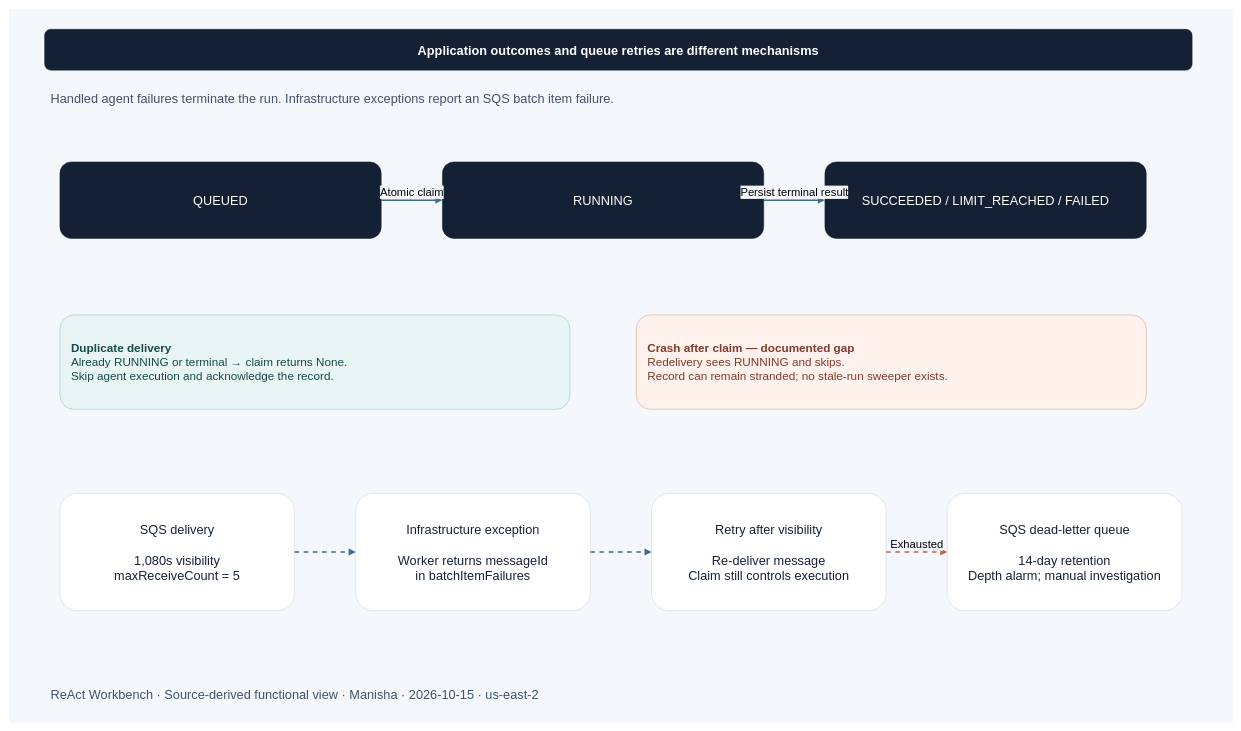
Earlier version of the draw.io diagram architecture/failure-recovery.drawio (manisa504/react-agent-aws). Source tidied: cells renumbered, new cells numbered last; positions are measured from the earlier drawing's top-left corner, leaving out a move shared by most shapes. Both pictures are drawn from the tidied source at 51%, with x=0, y=0 at pixel (9, 9).
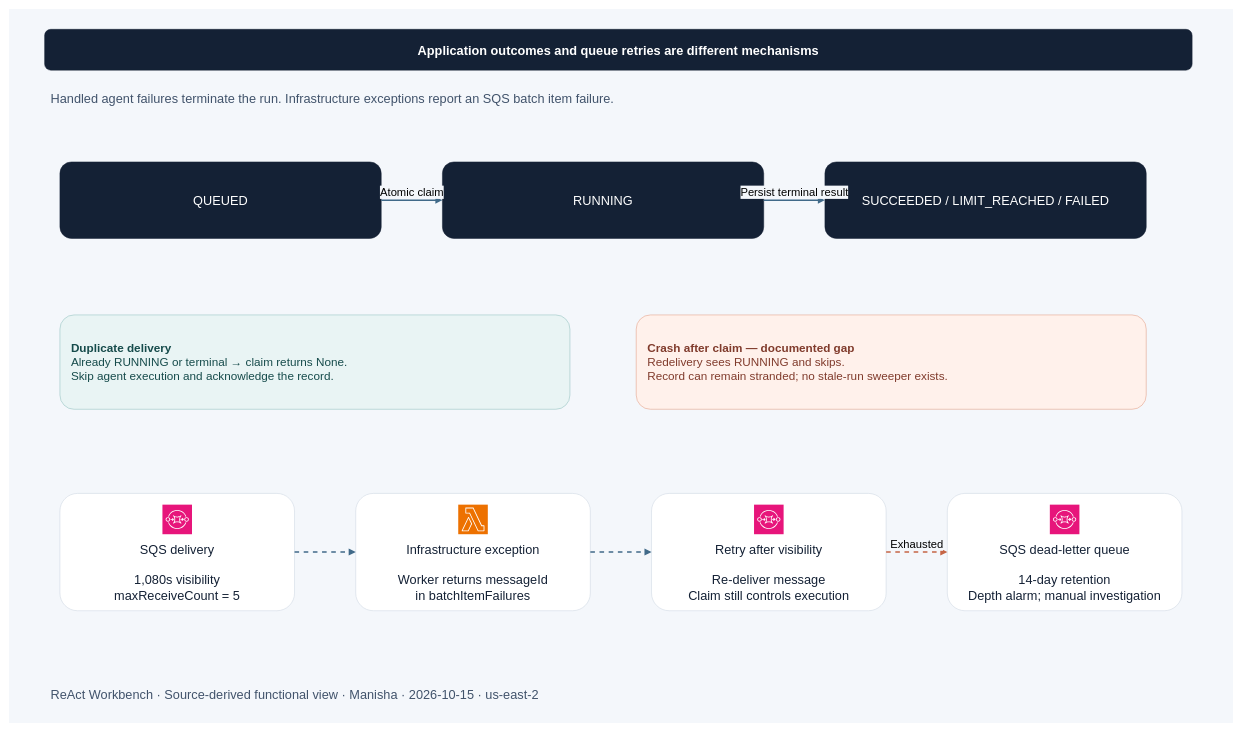
Above is the later version.

What changed in the source:
```diff
@@
-    <mxCell id="13" value="SQS delivery&lt;br&gt;&lt;br&gt;1,080s visibility&lt;br&gt;maxReceiveCount = 5" style="html=1;whiteSpace=wrap;rounded=1;fillColor=#FFFFFF;strokeColor=#CAD3E0;fontColor=#142135;spacing=22;fontSize=25;" parent="1" vertex="1">
+    <mxCell id="13" value="SQS delivery&lt;br&gt;&lt;br&gt;1,080s visibility&lt;br&gt;maxReceiveCount = 5" style="html=1;whiteSpace=wrap;rounded=1;fillColor=#FFFFFF;strokeColor=#CAD3E0;fontColor=#142135;spacing=22;fontSize=25;spacingTop=78;" parent="1" vertex="1">
       <mxGeometry x="100" y="950" width="460" height="230" as="geometry" />
     </mxCell>
+    <mxCell id="20" style="sketch=0;dashed=0;html=1;shape=mxgraph.aws4.resourceIcon;resIcon=mxgraph.aws4.sqs;strokeColor=#ffffff;fillColor=#E7157B;" parent="13" vertex="1">
+      <mxGeometry x="201" y="22" width="58" height="58" as="geometry" />
+    </mxCell>
-    <mxCell id="14" value="Infrastructure exception&lt;br&gt;&lt;br&gt;Worker returns messageId&lt;br&gt;in batchItemFailures" style="html=1;whiteSpace=wrap;rounded=1;fillColor=#FFFFFF;strokeColor=#CAD3E0;fontColor=#142135;spacing=22;fontSize=25;" parent="1" vertex="1">
+    <mxCell id="14" value="Infrastructure exception&lt;br&gt;&lt;br&gt;Worker returns messageId&lt;br&gt;in batchItemFailures" style="html=1;whiteSpace=wrap;rounded=1;fillColor=#FFFFFF;strokeColor=#CAD3E0;fontColor=#142135;spacing=22;fontSize=25;spacingTop=78;" parent="1" vertex="1">
       <mxGeometry x="680" y="950" width="460" height="230" as="geometry" />
     </mxCell>
+    <mxCell id="21" style="sketch=0;dashed=0;html=1;shape=mxgraph.aws4.resourceIcon;resIcon=mxgraph.aws4.lambda;strokeColor=#ffffff;fillColor=#ED7100;" parent="14" vertex="1">
+      <mxGeometry x="201" y="22" width="58" height="58" as="geometry" />
+    </mxCell>
-    <mxCell id="15" value="Retry after visibility&lt;br&gt;&lt;br&gt;Re-deliver message&lt;br&gt;Claim still controls execution" style="html=1;whiteSpace=wrap;rounded=1;fillColor=#FFFFFF;strokeColor=#CAD3E0;fontColor=#142135;spacing=22;fontSize=25;" parent="1" vertex="1">
+    <mxCell id="15" value="Retry after visibility&lt;br&gt;&lt;br&gt;Re-deliver message&lt;br&gt;Claim still controls execution" style="html=1;whiteSpace=wrap;rounded=1;fillColor=#FFFFFF;strokeColor=#CAD3E0;fontColor=#142135;spacing=22;fontSize=25;spacingTop=78;" parent="1" vertex="1">
       <mxGeometry x="1260" y="950" width="460" height="230" as="geometry" />
     </mxCell>
+    <mxCell id="22" style="sketch=0;dashed=0;html=1;shape=mxgraph.aws4.resourceIcon;resIcon=mxgraph.aws4.sqs;strokeColor=#ffffff;fillColor=#E7157B;" parent="15" vertex="1">
+      <mxGeometry x="201" y="22" width="58" height="58" as="geometry" />
+    </mxCell>
-    <mxCell id="16" value="SQS dead-letter queue&lt;br&gt;&lt;br&gt;14-day retention&lt;br&gt;Depth alarm; manual investigation" style="html=1;whiteSpace=wrap;rounded=1;fillColor=#FFFFFF;strokeColor=#CAD3E0;fontColor=#142135;spacing=22;fontSize=25;" parent="1" vertex="1">
+    <mxCell id="16" value="SQS dead-letter queue&lt;br&gt;&lt;br&gt;14-day retention&lt;br&gt;Depth alarm; manual investigation" style="html=1;whiteSpace=wrap;rounded=1;fillColor=#FFFFFF;strokeColor=#CAD3E0;fontColor=#142135;spacing=22;fontSize=25;spacingTop=78;" parent="1" vertex="1">
       <mxGeometry x="1840" y="950" width="460" height="230" as="geometry" />
     </mxCell>
+    <mxCell id="23" style="sketch=0;dashed=0;html=1;shape=mxgraph.aws4.resourceIcon;resIcon=mxgraph.aws4.sqs;strokeColor=#ffffff;fillColor=#E7157B;" parent="16" vertex="1">
+      <mxGeometry x="201" y="22" width="58" height="58" as="geometry" />
+    </mxCell>
```
